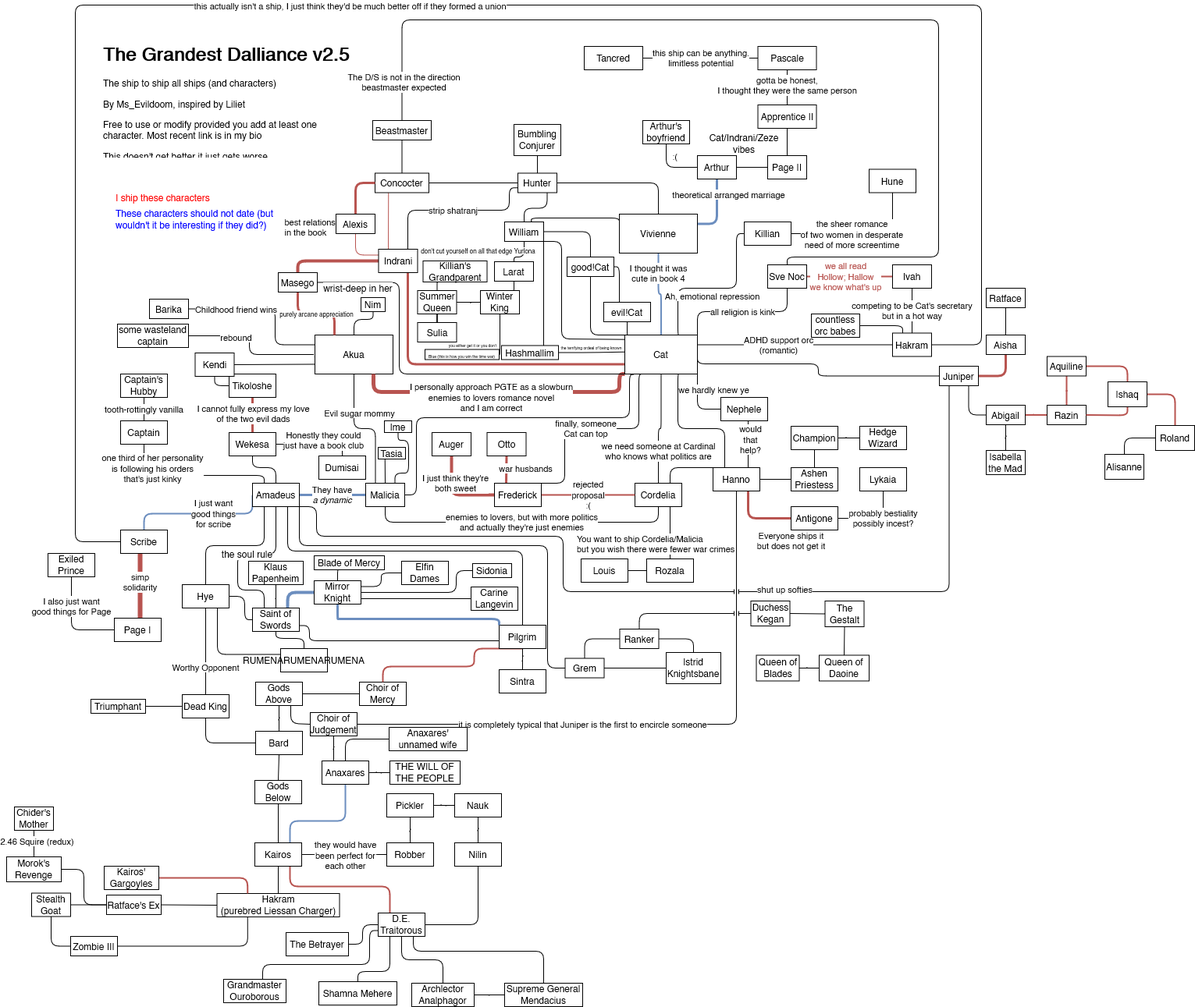
Above: GrandestDalliance/Grandest Dalliance.drawio.png in TheHeidal/GrandestDalliance (draw.io), before the change. Source tidied: cells renumbered, new cells last; positions are measured from the earlier drawing's top-left corner, leaving out a move shared by most shapes.
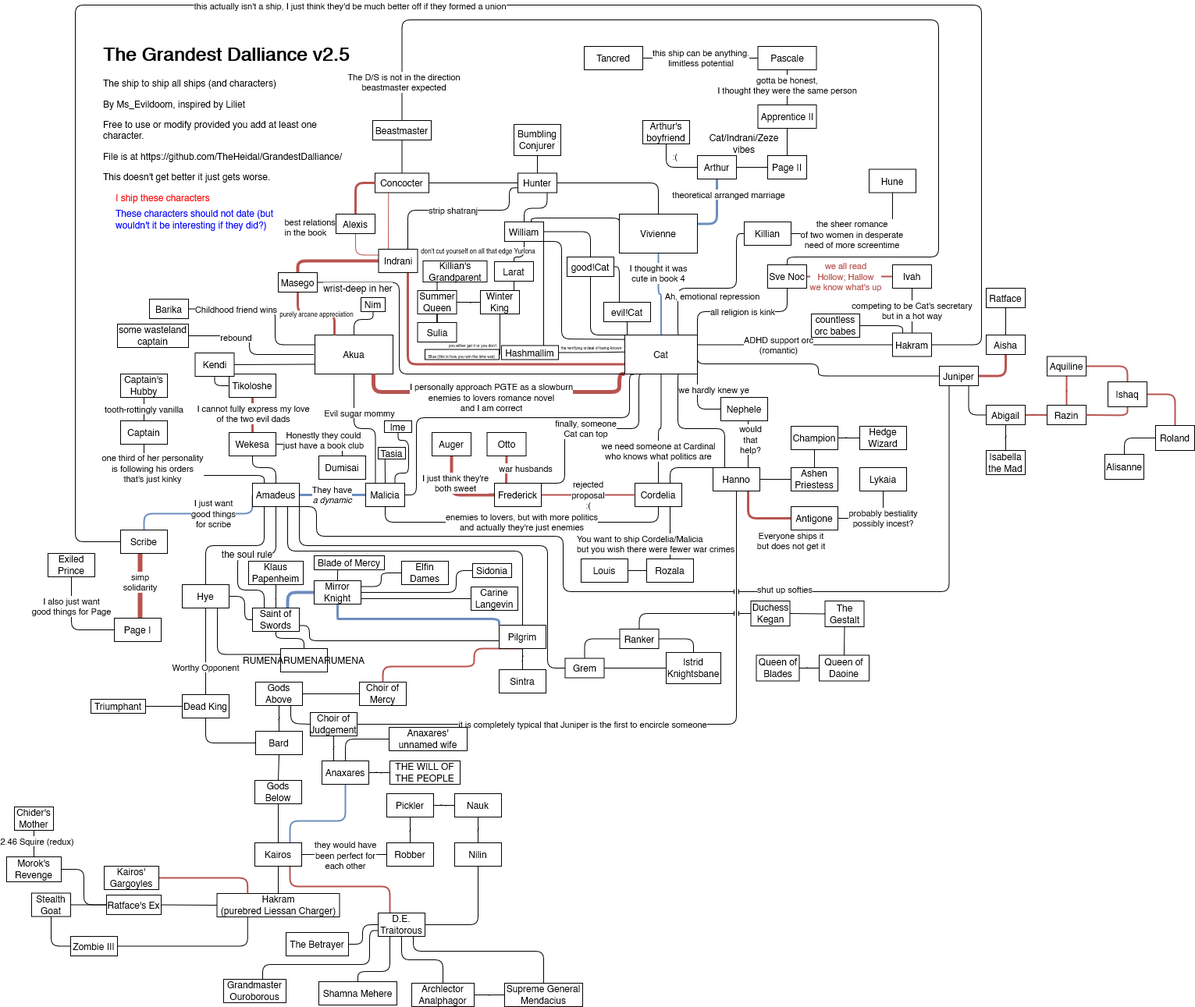
Later version of the same file.

The edit, as a diff of the source:
```diff
@@ -1002,8 +1002,8 @@
     <mxCell id="239" value="RUMENARUMENARUMENA" style="rounded=0;whiteSpace=wrap;html=1;" parent="1" vertex="1">
       <mxGeometry x="351" y="825" width="60" height="30" as="geometry" />
     </mxCell>
-    <mxCell id="240" value="&lt;h1&gt;The Grandest Dalliance v2.5&lt;br&gt;&lt;/h1&gt;&lt;p&gt;The ship to ship all ships (and characters)&lt;/p&gt;&lt;p&gt;By Ms_Evildoom, inspired by Liliet&lt;/p&gt;&lt;p&gt;Free to use or modify provided you add at least one character. Most recent link is in my bio&lt;br&gt;&lt;/p&gt;&lt;p&gt;This doesn't get better it just gets worse.&lt;br&gt;&lt;/p&gt;" style="text;html=1;strokeColor=none;fillColor=none;spacing=5;spacingTop=-20;whiteSpace=wrap;overflow=hidden;rounded=0;" parent="1" vertex="1">
-      <mxGeometry x="119" y="43" width="328" height="153" as="geometry" />
+    <mxCell id="240" value="&lt;h1&gt;The Grandest Dalliance v2.5&lt;br&gt;&lt;/h1&gt;&lt;p&gt;The ship to ship all ships (and characters)&lt;/p&gt;&lt;p&gt;By Ms_Evildoom, inspired by Liliet&lt;/p&gt;&lt;p&gt;Free to use or modify provided you add at least one character.&lt;/p&gt;&lt;p&gt;File is at https://github.com/TheHeidal/GrandestDalliance/&lt;br&gt;&lt;/p&gt;&lt;p&gt;This doesn't get better it just gets worse.&lt;br&gt;&lt;/p&gt;" style="text;html=1;strokeColor=none;fillColor=none;spacing=5;spacingTop=-20;whiteSpace=wrap;overflow=hidden;rounded=0;" parent="1" vertex="1">
+      <mxGeometry x="119" y="43" width="328" height="189" as="geometry" />
     </mxCell>
     <mxCell id="241" value="Sulia" style="whiteSpace=wrap;html=1;rounded=0;comic=0;" parent="1" vertex="1">
       <mxGeometry x="526.5" y="407" width="50" height="25" as="geometry" />
```
